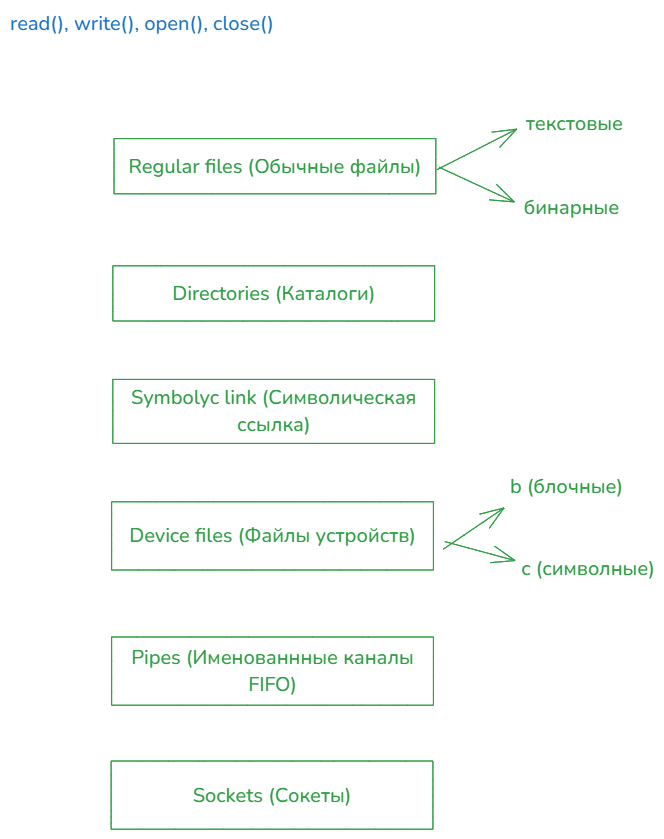
silvercodes/p23_p31_docker keeps this Excalidraw diagram as 3_file_fd_io_streams.excalidraw.png/3.1.file.excalidraw.png. Above is the earlier version. Source tidied: one line per element, renumbered; positions are measured from the earlier drawing's top-left corner, leaving out a move shared by most shapes.
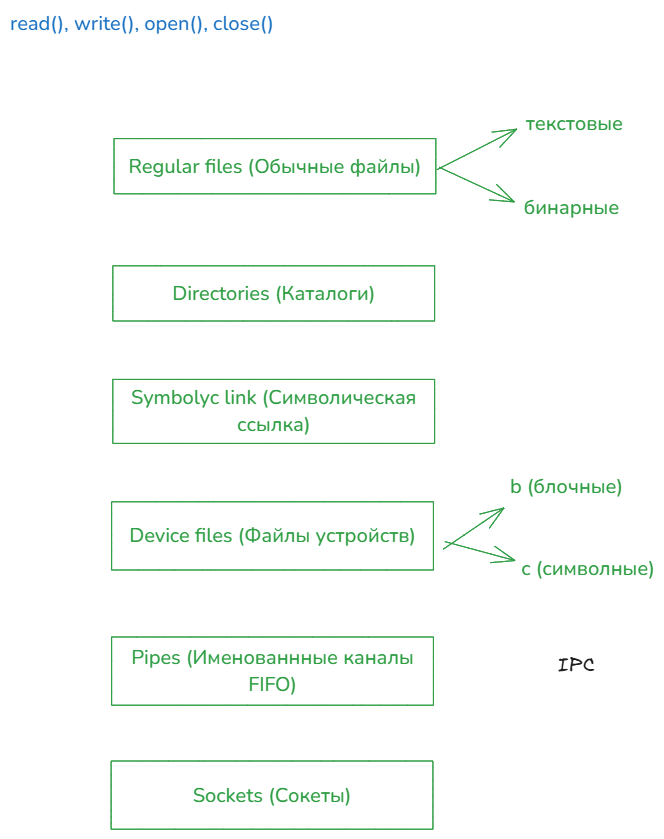
The same file after the commit.

The edit, as a diff of the source:
```diff
@@ -19,3 +19,4 @@
 {"id": 18, "type": "text", "text": "Pipes (Именованнные каналы\nFIFO)", "strokeColor": "#2f9e44", "strokeWidth": 1, "roughness": 0, "fontSize": 20, "fontFamily": 6, "textAlign": "center", "verticalAlign": "middle", "inside": 17, "x": 121, "y": 634, "width": 283, "height": 54}
 {"id": 19, "type": "rectangle", "strokeColor": "#2f9e44", "strokeWidth": 1, "roughness": 0, "x": 101, "y": 751, "width": 322, "height": 68}
 {"id": 20, "type": "text", "text": "Sockets (Сокеты)", "strokeColor": "#2f9e44", "strokeWidth": 1, "roughness": 0, "fontSize": 20, "fontFamily": 6, "textAlign": "center", "verticalAlign": "middle", "inside": 19, "x": 183, "y": 772, "width": 159, "height": 27}
+{"id": 21, "type": "text", "text": "IPC", "strokeColor": "#1e1e1e", "strokeWidth": 2, "roughness": 1, "fontSize": 20, "fontFamily": 5, "x": 548, "y": 643, "width": 37, "height": 25}
```
